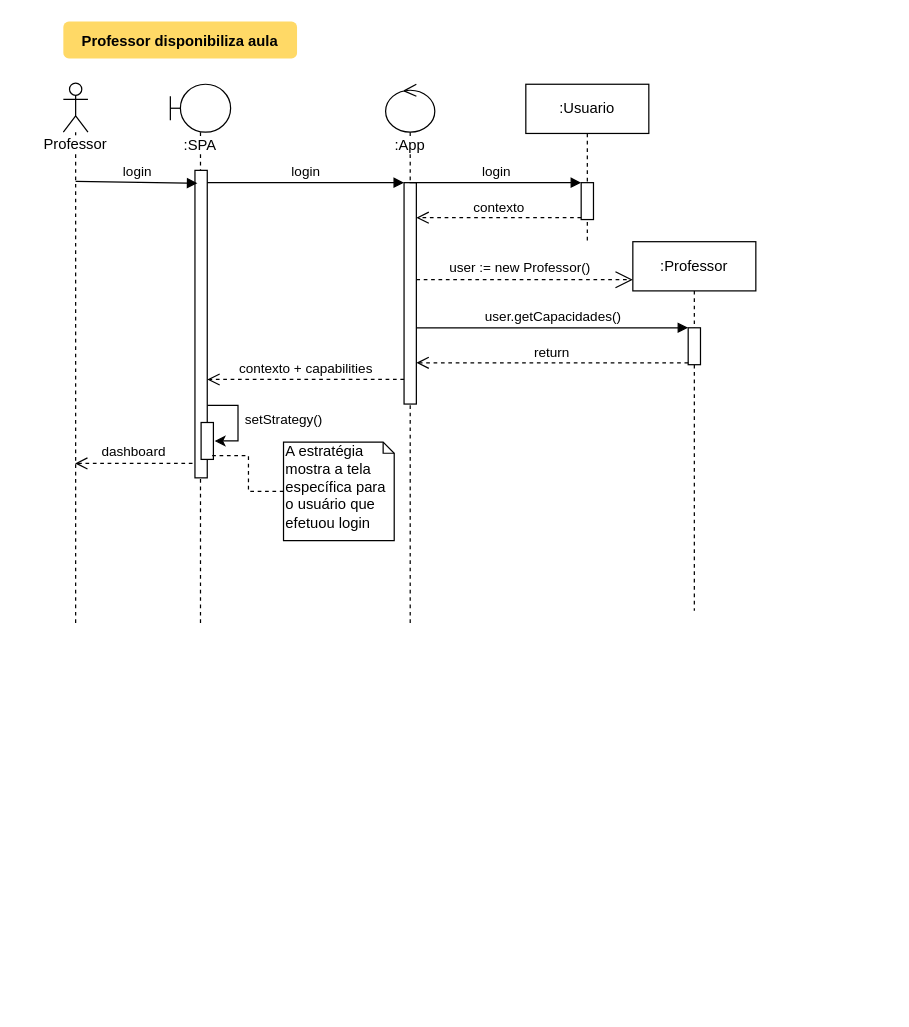
This is sequencia_cria_reserva.drawio from Neandertals/personal, a draw.io file, before an edit. Source tidied: cells renumbered, new cells numbered last; positions are measured from the earlier drawing's top-left corner, leaving out a move shared by most shapes. Both pictures are drawn from the tidied source at 123%, with x=0, y=0 at pixel (63, 21).
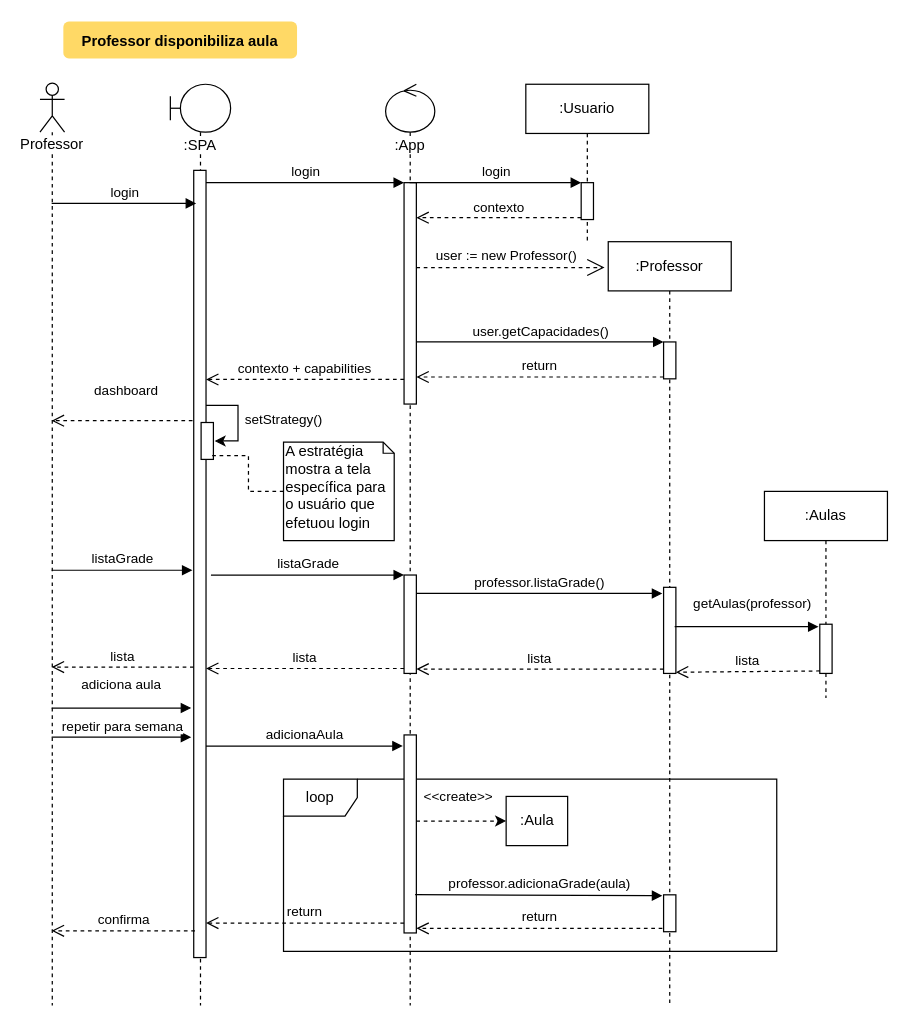
The same diagram, later.

The change refers to these unchanged cells:
```xml
<mxCell id="11" style="html=1;points=[];perimeter=orthogonalPerimeter;" parent="10" vertex="1">
  <mxGeometry x="15" y="80" width="10" height="180" as="geometry" />
</mxCell>
```

Change to the diagram source:
```diff
@@
+    <mxCell id="25" value="loop" style="shape=umlFrame;whiteSpace=wrap;html=1;" parent="1" vertex="1">
+      <mxGeometry x="179" y="616" width="401" height="140" as="geometry" />
+    </mxCell>
     <mxCell id="2" value=":SPA" style="shape=umlLifeline;participant=umlBoundary;perimeter=lifelinePerimeter;whiteSpace=wrap;html=1;verticalAlign=top;spacingTop=36;labelBackgroundColor=#ffffff;size=39;" parent="1" vertex="1">
-      <mxGeometry x="87" y="51" width="49" height="440" as="geometry" />
+      <mxGeometry x="87" y="51" width="49" height="749" as="geometry" />
     </mxCell>
@@
     <mxCell id="4" style="html=1;points=[];perimeter=orthogonalPerimeter;" parent="2" vertex="1">
-      <mxGeometry x="20" y="70" width="10" height="250" as="geometry" />
+      <mxGeometry x="19" y="70" width="10" height="640" as="geometry" />
     </mxCell>
@@
     <mxCell id="7" value="Professor&lt;br&gt;" style="shape=umlLifeline;participant=umlActor;perimeter=lifelinePerimeter;whiteSpace=wrap;html=1;verticalAlign=top;spacingTop=36;labelBackgroundColor=#ffffff;outlineConnect=0;" parent="1" vertex="1">
-      <mxGeometry y="50" width="20" height="440" as="geometry" />
+      <mxGeometry x="-19" y="50" width="20" height="750" as="geometry" />
     </mxCell>
@@
     <mxCell id="10" value=":App" style="shape=umlLifeline;participant=umlControl;perimeter=lifelinePerimeter;whiteSpace=wrap;html=1;verticalAlign=top;spacingTop=36;labelBackgroundColor=#ffffff;outlineConnect=0;size=39;" parent="1" vertex="1">
-      <mxGeometry x="262" y="51" width="40" height="439" as="geometry" />
+      <mxGeometry x="262" y="51" width="40" height="749" as="geometry" />
     </mxCell>
@@
+    <mxCell id="26" style="html=1;points=[];perimeter=orthogonalPerimeter;" parent="10" vertex="1">
+      <mxGeometry x="15" y="399" width="10" height="80" as="geometry" />
+    </mxCell>
+    <mxCell id="27" style="html=1;points=[];perimeter=orthogonalPerimeter;" parent="10" vertex="1">
+      <mxGeometry x="15" y="529" width="10" height="161" as="geometry" />
+    </mxCell>
@@
-    <mxCell id="16" value="login" style="html=1;verticalAlign=bottom;endArrow=block;entryX=0.2;entryY=0.042;entryDx=0;entryDy=0;entryPerimeter=0;" parent="1" edge="1" target="4">
-      <mxGeometry relative="1" as="geometry">
-        <mxPoint x="10" y="130" as="sourcePoint" />
-      </mxGeometry>
+    <mxCell id="16" value="login" style="html=1;verticalAlign=bottom;endArrow=block;entryX=0.2;entryY=0.042;entryDx=0;entryDy=0;entryPerimeter=0;" parent="1" edge="1" source="7" target="4">
+      <mxGeometry relative="1" as="geometry" />
     </mxCell>
-    <mxCell id="17" value="dashboard" style="html=1;verticalAlign=bottom;endArrow=open;dashed=1;endSize=8;exitX=-0.2;exitY=0.953;exitDx=0;exitDy=0;exitPerimeter=0;" parent="1" edge="1" source="4" target="7">
-      <mxGeometry relative="1" as="geometry" />
+    <mxCell id="17" value="dashboard" style="html=1;verticalAlign=bottom;endArrow=open;dashed=1;endSize=8;exitX=-0.1;exitY=0.318;exitDx=0;exitDy=0;exitPerimeter=0;" parent="1" edge="1" source="4" target="7">
+      <mxGeometry x="-0.06" y="-16" relative="1" as="geometry" />
     </mxCell>
     <mxCell id="18" value=":Professor" style="shape=umlLifeline;perimeter=lifelinePerimeter;whiteSpace=wrap;html=1;outlineConnect=0;" parent="1" vertex="1">
-      <mxGeometry x="463" y="179" width="100" height="300" as="geometry" />
+      <mxGeometry x="443" y="179" width="100" height="621" as="geometry" />
     </mxCell>
     <mxCell id="19" style="html=1;points=[];perimeter=orthogonalPerimeter;" parent="18" vertex="1">
-      <mxGeometry x="45" y="70" width="10" height="30" as="geometry" />
+      <mxGeometry x="45" y="81.5" width="10" height="30" as="geometry" />
     </mxCell>
+    <mxCell id="28" style="html=1;points=[];perimeter=orthogonalPerimeter;" parent="18" vertex="1">
+      <mxGeometry x="45" y="281" width="10" height="70" as="geometry" />
+    </mxCell>
-    <mxCell id="20" value="user := new Professor()" style="endArrow=open;endSize=12;dashed=1;html=1;entryX=0;entryY=0.103;entryDx=0;entryDy=0;entryPerimeter=0;" parent="1" edge="1" source="11" target="18">
-      <mxGeometry x="-0.05" y="10" relative="1" as="geometry" />
+    <mxCell id="20" value="user := new Professor()" style="endArrow=open;endSize=12;dashed=1;html=1;" parent="1" edge="1" source="11">
+      <mxGeometry x="-0.05" y="10" relative="1" as="geometry">
+        <mxPoint x="440" y="200" as="targetPoint" />
+      </mxGeometry>
     </mxCell>
@@
+    <mxCell id="29" value=":Aulas" style="shape=umlLifeline;perimeter=lifelinePerimeter;whiteSpace=wrap;html=1;" parent="1" vertex="1">
+      <mxGeometry x="570" y="382" width="100" height="168" as="geometry" />
+    </mxCell>
+    <mxCell id="30" value="listaGrade" style="html=1;verticalAlign=bottom;endArrow=block;entryX=-0.1;entryY=0.508;entryDx=0;entryDy=0;entryPerimeter=0;" parent="1" edge="1" source="7" target="4">
+      <mxGeometry relative="1" as="geometry" />
+    </mxCell>
+    <mxCell id="31" value="listaGrade" style="html=1;verticalAlign=bottom;endArrow=block;entryX=0;entryY=0;" parent="1" edge="1" target="26">
+      <mxGeometry relative="1" as="geometry">
+        <mxPoint x="120" y="450" as="sourcePoint" />
+      </mxGeometry>
+    </mxCell>
+    <mxCell id="32" value="lista" style="html=1;verticalAlign=bottom;endArrow=open;dashed=1;endSize=8;exitX=0;exitY=0.95;" parent="1" edge="1" source="26" target="4">
+      <mxGeometry relative="1" as="geometry" />
+    </mxCell>
+    <mxCell id="33" value="professor.listaGrade()" style="html=1;verticalAlign=bottom;endArrow=block;entryX=-0.1;entryY=0.071;entryDx=0;entryDy=0;entryPerimeter=0;" parent="1" edge="1" source="26" target="28">
+      <mxGeometry relative="1" as="geometry" />
+    </mxCell>
+    <mxCell id="34" value="lista" style="html=1;verticalAlign=bottom;endArrow=open;dashed=1;endSize=8;exitX=0;exitY=0.95;" parent="1" edge="1" source="28" target="26">
+      <mxGeometry relative="1" as="geometry" />
+    </mxCell>
+    <mxCell id="35" value="lista" style="html=1;verticalAlign=bottom;endArrow=open;dashed=1;endSize=8;exitX=0;exitY=0.631;exitDx=0;exitDy=0;exitPerimeter=0;" parent="1" edge="1" source="4" target="7">
+      <mxGeometry relative="1" as="geometry" />
+    </mxCell>
+    <mxCell id="36" style="html=1;points=[];perimeter=orthogonalPerimeter;" parent="1" vertex="1">
+      <mxGeometry x="615" y="490" width="10" height="40" as="geometry" />
+    </mxCell>
+    <mxCell id="37" value="getAulas(professor)" style="html=1;verticalAlign=bottom;endArrow=block;entryX=-0.1;entryY=0.05;entryDx=0;entryDy=0;entryPerimeter=0;" parent="1" edge="1" target="36">
+      <mxGeometry x="0.07" y="10" relative="1" as="geometry">
+        <mxPoint x="497" y="492" as="sourcePoint" />
+      </mxGeometry>
+    </mxCell>
+    <mxCell id="38" value="lista" style="html=1;verticalAlign=bottom;endArrow=open;dashed=1;endSize=8;exitX=0;exitY=0.95;entryX=1;entryY=0.986;entryDx=0;entryDy=0;entryPerimeter=0;" parent="1" edge="1" source="36" target="28">
+      <mxGeometry relative="1" as="geometry" />
+    </mxCell>
+    <mxCell id="39" value="adiciona aula" style="html=1;verticalAlign=bottom;endArrow=block;entryX=-0.2;entryY=0.683;entryDx=0;entryDy=0;entryPerimeter=0;" parent="1" edge="1" source="7" target="4">
+      <mxGeometry x="-0.01" y="10" relative="1" as="geometry" />
+    </mxCell>
+    <mxCell id="40" value="adicionaAula" style="html=1;verticalAlign=bottom;endArrow=block;entryX=-0.1;entryY=0.056;entryDx=0;entryDy=0;entryPerimeter=0;" parent="1" edge="1" source="4" target="27">
+      <mxGeometry relative="1" as="geometry" />
+    </mxCell>
+    <mxCell id="41" value="return" style="html=1;verticalAlign=bottom;endArrow=open;dashed=1;endSize=8;exitX=0;exitY=0.95;" parent="1" edge="1" source="27" target="4">
+      <mxGeometry relative="1" as="geometry" />
+    </mxCell>
+    <mxCell id="42" value="professor.adicionaGrade(aula)" style="html=1;verticalAlign=bottom;endArrow=block;entryX=-0.1;entryY=0.023;entryDx=0;entryDy=0;entryPerimeter=0;exitX=0.9;exitY=0.807;exitDx=0;exitDy=0;exitPerimeter=0;" parent="1" edge="1" source="27" target="46">
+      <mxGeometry relative="1" as="geometry" />
+    </mxCell>
+    <mxCell id="43" value="return" style="html=1;verticalAlign=bottom;endArrow=open;dashed=1;endSize=8;exitX=-0.1;exitY=0.909;exitDx=0;exitDy=0;exitPerimeter=0;" parent="1" edge="1" source="46" target="27">
+      <mxGeometry relative="1" as="geometry" />
+    </mxCell>
+    <mxCell id="44" value="repetir para semana" style="html=1;verticalAlign=bottom;endArrow=block;entryX=-0.2;entryY=0.72;entryDx=0;entryDy=0;entryPerimeter=0;" parent="1" edge="1" source="7" target="4">
+      <mxGeometry relative="1" as="geometry" />
+    </mxCell>
+    <mxCell id="45" value=":Aula" style="html=1;" parent="1" vertex="1">
+      <mxGeometry x="360" y="630" width="50" height="40" as="geometry" />
+    </mxCell>
+    <mxCell id="46" style="html=1;points=[];perimeter=orthogonalPerimeter;" parent="1" vertex="1">
+      <mxGeometry x="488" y="710" width="10" height="30" as="geometry" />
+    </mxCell>
+    <mxCell id="47" value="&amp;lt;&amp;lt;create&amp;gt;&amp;gt;" style="edgeStyle=orthogonalEdgeStyle;rounded=0;jettySize=auto;html=1;entryX=0;entryY=0.5;entryDx=0;entryDy=0;dashed=1;exitX=1;exitY=0.435;exitDx=0;exitDy=0;exitPerimeter=0;" parent="1" edge="1" source="27" target="45">
+      <mxGeometry x="-0.08" y="20" relative="1" as="geometry" />
+    </mxCell>
+    <mxCell id="48" value="confirma" style="html=1;verticalAlign=bottom;endArrow=open;dashed=1;endSize=8;exitX=0.1;exitY=0.966;exitDx=0;exitDy=0;exitPerimeter=0;" parent="1" edge="1" source="4" target="7">
+      <mxGeometry relative="1" as="geometry" />
+    </mxCell>
```
